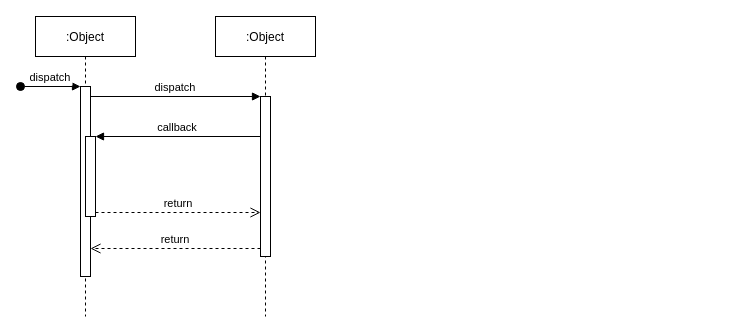
Before: xes/客服C端入口流程图.drawio in lixiang9194/diagrams, a draw.io diagram. Source tidied: cells renumbered, new cells numbered last; positions are measured from the earlier drawing's top-left corner, leaving out a move shared by most shapes. Both pictures are drawn from the tidied source at 100%, with x=0, y=0 at pixel (20, 16).
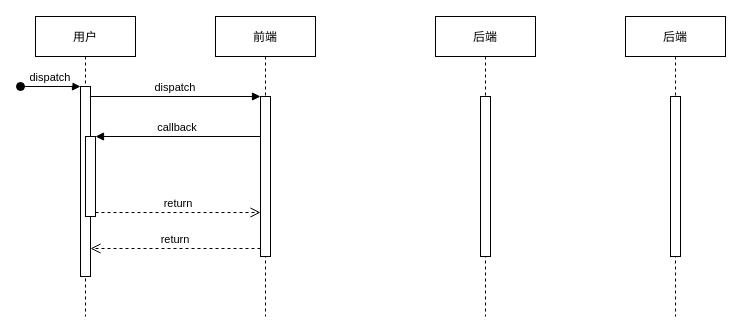
Above is the later version.

Commit message:
Update 客服C端入口流程图.drawio

The edit, as a diff of the source:
```diff
@@
 <mxGraphModel>
   <root>
     <mxCell id="0" />
     <mxCell id="1" parent="0" />
-    <mxCell id="2" value=":Object" style="shape=umlLifeline;perimeter=lifelinePerimeter;rounded=0;shadow=0;strokeWidth=1;" parent="1" vertex="1">
+    <mxCell id="2" value="用户" style="shape=umlLifeline;perimeter=lifelinePerimeter;rounded=0;shadow=0;strokeWidth=1;" parent="1" vertex="1">
       <mxGeometry x="15" width="100" height="300" as="geometry" />
     </mxCell>
     <mxCell id="3" style="points=[];perimeter=orthogonalPerimeter;rounded=0;shadow=0;strokeWidth=1;" parent="2" vertex="1">
       <mxGeometry x="45" y="70" width="10" height="190" as="geometry" />
     </mxCell>
     <mxCell id="4" value="dispatch" style="verticalAlign=bottom;startArrow=oval;endArrow=block;startSize=8;shadow=0;strokeWidth=1;" parent="2" edge="1" target="3">
       <mxGeometry relative="1" as="geometry">
         <mxPoint x="-15" y="70" as="sourcePoint" />
       </mxGeometry>
     </mxCell>
     <mxCell id="5" style="points=[];perimeter=orthogonalPerimeter;rounded=0;shadow=0;strokeWidth=1;" parent="2" vertex="1">
       <mxGeometry x="50" y="120" width="10" height="80" as="geometry" />
     </mxCell>
-    <mxCell id="6" value=":Object" style="shape=umlLifeline;perimeter=lifelinePerimeter;rounded=0;shadow=0;strokeWidth=1;" parent="1" vertex="1">
+    <mxCell id="6" value="前端" style="shape=umlLifeline;perimeter=lifelinePerimeter;rounded=0;shadow=0;strokeWidth=1;" parent="1" vertex="1">
       <mxGeometry x="195" width="100" height="300" as="geometry" />
     </mxCell>
     <mxCell id="7" style="points=[];perimeter=orthogonalPerimeter;rounded=0;shadow=0;strokeWidth=1;" parent="6" vertex="1">
       <mxGeometry x="45" y="80" width="10" height="160" as="geometry" />
     </mxCell>
     <mxCell id="8" value="return" style="verticalAlign=bottom;endArrow=open;dashed=1;endSize=8;exitX=0;exitY=0.95;shadow=0;strokeWidth=1;" parent="1" edge="1" source="7" target="3">
       <mxGeometry relative="1" as="geometry" />
     </mxCell>
     <mxCell id="9" value="dispatch" style="verticalAlign=bottom;endArrow=block;entryX=0;entryY=0;shadow=0;strokeWidth=1;" parent="1" edge="1" source="3" target="7">
       <mxGeometry relative="1" as="geometry" />
     </mxCell>
     <mxCell id="10" value="callback" style="verticalAlign=bottom;endArrow=block;entryX=1;entryY=0;shadow=0;strokeWidth=1;" parent="1" edge="1" source="7" target="5">
       <mxGeometry relative="1" as="geometry" />
     </mxCell>
     <mxCell id="11" value="return" style="verticalAlign=bottom;endArrow=open;dashed=1;endSize=8;exitX=1;exitY=0.95;shadow=0;strokeWidth=1;" parent="1" edge="1" source="5" target="7">
       <mxGeometry relative="1" as="geometry" />
     </mxCell>
+    <mxCell id="12" value="后端" style="shape=umlLifeline;perimeter=lifelinePerimeter;rounded=0;shadow=0;strokeWidth=1;" parent="1" vertex="1">
+      <mxGeometry x="415" width="100" height="300" as="geometry" />
+    </mxCell>
+    <mxCell id="13" style="perimeter=orthogonalPerimeter;rounded=0;shadow=0;strokeWidth=1;" parent="12" vertex="1">
+      <mxGeometry x="45" y="80" width="10" height="160" as="geometry" />
+    </mxCell>
+    <mxCell id="14" value="后端" style="shape=umlLifeline;perimeter=lifelinePerimeter;rounded=0;shadow=0;strokeWidth=1;" parent="1" vertex="1">
+      <mxGeometry x="605" width="100" height="300" as="geometry" />
+    </mxCell>
+    <mxCell id="15" style="perimeter=orthogonalPerimeter;rounded=0;shadow=0;strokeWidth=1;" parent="14" vertex="1">
+      <mxGeometry x="45" y="80" width="10" height="160" as="geometry" />
+    </mxCell>
   </root>
 </mxGraphModel>
```
